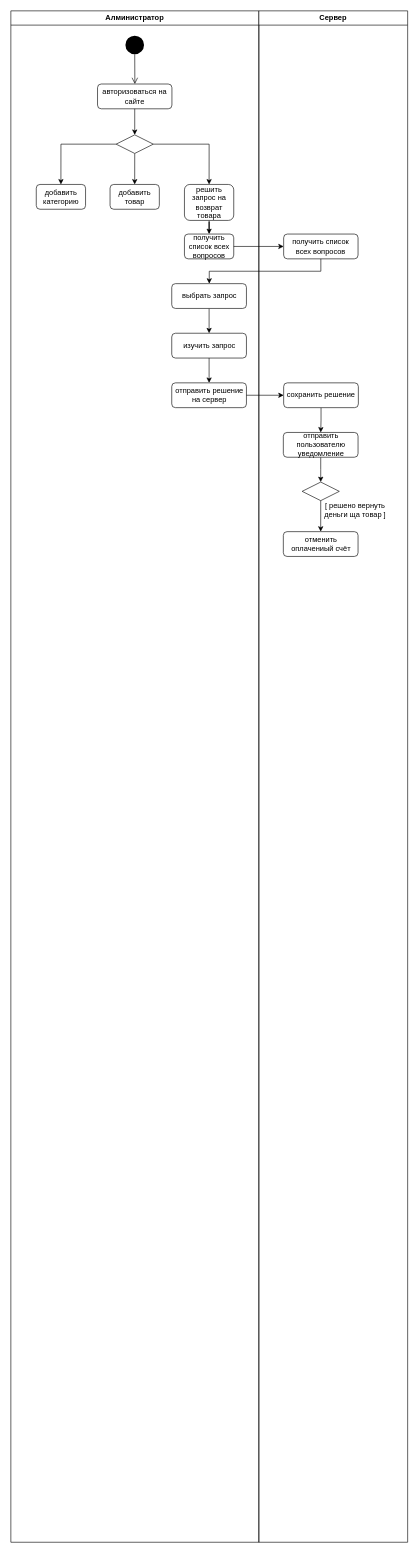
The draw.io diagram activity_2.drawio in randomunrandom/MSS, before the edit. Source tidied: cells renumbered, new cells numbered last; positions are measured from the earlier drawing's top-left corner, leaving out a move shared by most shapes. Both pictures are drawn from the tidied source at 62%, with x=0, y=0 at pixel (11, 11).
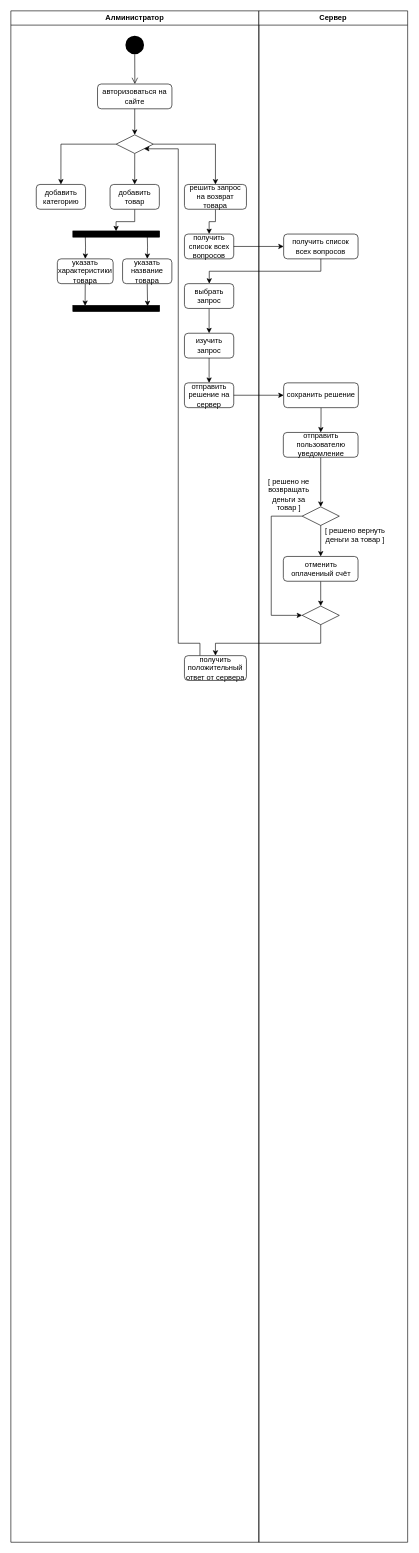
Above is the later version.

Unchanged cells that the change refers to:
```xml
<mxCell id="2" value="Алминистратор" style="swimlane;whiteSpace=wrap;" parent="1" vertex="1">
  <mxGeometry width="400" height="2470" as="geometry" />
</mxCell>
<mxCell id="9" style="rhombus;whiteSpace=wrap;html=1;strokeColor=#000000;strokeWidth=1;fillColor=#FFFFFF;" parent="2" vertex="1">
  <mxGeometry x="169.8" y="200" width="60" height="30" as="geometry" />
</mxCell>
<mxCell id="11" value="добавить товар" style="rounded=1;whiteSpace=wrap;html=1;fontFamily=Helvetica;fontSize=12;fontColor=#000000;align=center;strokeColor=#000000;fillColor=#ffffff;" parent="2" vertex="1">
  <mxGeometry x="160" y="280" width="79.5" height="40" as="geometry" />
</mxCell>
<mxCell id="21" value="Сервер" style="swimlane;whiteSpace=wrap;" parent="1" vertex="1">
  <mxGeometry x="400" width="240" height="2470" as="geometry" />
</mxCell>
```

What changed in the source:
```diff
@@
+    <mxCell id="34" style="edgeStyle=orthogonalEdgeStyle;rounded=0;jettySize=auto;html=1;entryX=0.049;entryY=0.502;entryDx=0;entryDy=0;entryPerimeter=0;" parent="2" edge="1" source="11" target="37">
+      <mxGeometry relative="1" as="geometry" />
+    </mxCell>
@@
     <mxCell id="14" value="решить запрос на возврат товара" style="rounded=1;whiteSpace=wrap;html=1;fontFamily=Helvetica;fontSize=12;fontColor=#000000;align=center;strokeColor=#000000;fillColor=#ffffff;" parent="2" vertex="1">
-      <mxGeometry x="280" y="280" width="79.5" height="58" as="geometry" />
+      <mxGeometry x="280" y="280" width="100" height="40" as="geometry" />
     </mxCell>
@@
     <mxCell id="17" value="выбрать запрос" style="rounded=1;whiteSpace=wrap;html=1;fontFamily=Helvetica;fontSize=12;fontColor=#000000;align=center;strokeColor=#000000;fillColor=#ffffff;" parent="2" vertex="1">
-      <mxGeometry x="259.5" y="440" width="120.5" height="40" as="geometry" />
+      <mxGeometry x="280" y="440" width="79.5" height="40" as="geometry" />
     </mxCell>
@@
     <mxCell id="19" value="изучить запрос" style="rounded=1;whiteSpace=wrap;html=1;fontFamily=Helvetica;fontSize=12;fontColor=#000000;align=center;strokeColor=#000000;fillColor=#ffffff;" parent="2" vertex="1">
-      <mxGeometry x="259.5" y="520" width="120.5" height="40" as="geometry" />
+      <mxGeometry x="280" y="520" width="79.5" height="40" as="geometry" />
     </mxCell>
     <mxCell id="20" value="отправить решение на сервер" style="rounded=1;whiteSpace=wrap;html=1;fontFamily=Helvetica;fontSize=12;fontColor=#000000;align=center;strokeColor=#000000;fillColor=#ffffff;" parent="2" vertex="1">
-      <mxGeometry x="259.5" y="600" width="120.5" height="40" as="geometry" />
+      <mxGeometry x="280" y="600" width="79.5" height="40" as="geometry" />
     </mxCell>
+    <mxCell id="35" style="edgeStyle=orthogonalEdgeStyle;rounded=0;jettySize=auto;html=1;exitX=0.25;exitY=0;exitDx=0;exitDy=0;entryX=1;entryY=1;entryDx=0;entryDy=0;" parent="2" edge="1" source="36" target="9">
+      <mxGeometry relative="1" as="geometry">
+        <Array as="points">
+          <mxPoint x="305" y="1020" />
+          <mxPoint x="270" y="1020" />
+          <mxPoint x="270" y="222" />
+        </Array>
+      </mxGeometry>
+    </mxCell>
+    <mxCell id="36" value="получить положительный ответ от сервера" style="rounded=1;whiteSpace=wrap;html=1;fontFamily=Helvetica;fontSize=12;fontColor=#000000;align=center;strokeColor=#000000;fillColor=#ffffff;" parent="2" vertex="1">
+      <mxGeometry x="280" y="1040" width="100" height="40" as="geometry" />
+    </mxCell>
+    <mxCell id="37" style="html=1;points=[];perimeter=orthogonalPerimeter;rotation=90;fillColor=#000000;" parent="2" vertex="1">
+      <mxGeometry x="165" y="290" width="10" height="140" as="geometry" />
+    </mxCell>
+    <mxCell id="38" style="edgeStyle=orthogonalEdgeStyle;rounded=0;jettySize=auto;html=1;" parent="2" edge="1" target="40">
+      <mxGeometry relative="1" as="geometry">
+        <mxPoint x="220" y="360" as="sourcePoint" />
+      </mxGeometry>
+    </mxCell>
+    <mxCell id="39" style="edgeStyle=orthogonalEdgeStyle;rounded=0;jettySize=auto;html=1;exitX=0.5;exitY=1;exitDx=0;exitDy=0;entryX=0.12;entryY=0.139;entryDx=0;entryDy=0;entryPerimeter=0;" parent="2" edge="1" source="40" target="44">
+      <mxGeometry relative="1" as="geometry" />
+    </mxCell>
+    <mxCell id="40" value="указать название товара" style="rounded=1;whiteSpace=wrap;html=1;fontFamily=Helvetica;fontSize=12;fontColor=#000000;align=center;strokeColor=#000000;fillColor=#ffffff;" parent="2" vertex="1">
+      <mxGeometry x="180.2" y="400" width="79.5" height="40" as="geometry" />
+    </mxCell>
+    <mxCell id="41" style="edgeStyle=orthogonalEdgeStyle;rounded=0;jettySize=auto;html=1;" parent="2" edge="1" target="43">
+      <mxGeometry relative="1" as="geometry">
+        <mxPoint x="120" y="360" as="sourcePoint" />
+      </mxGeometry>
+    </mxCell>
+    <mxCell id="42" style="edgeStyle=orthogonalEdgeStyle;rounded=0;jettySize=auto;html=1;exitX=0.5;exitY=1;exitDx=0;exitDy=0;entryX=0.08;entryY=0.859;entryDx=0;entryDy=0;entryPerimeter=0;" parent="2" edge="1" source="43" target="44">
+      <mxGeometry relative="1" as="geometry" />
+    </mxCell>
+    <mxCell id="43" value="указать характеристики товара" style="rounded=1;whiteSpace=wrap;html=1;fontFamily=Helvetica;fontSize=12;fontColor=#000000;align=center;strokeColor=#000000;fillColor=#ffffff;" parent="2" vertex="1">
+      <mxGeometry x="75" y="400" width="90" height="40" as="geometry" />
+    </mxCell>
+    <mxCell id="44" style="html=1;points=[];perimeter=orthogonalPerimeter;rotation=90;fillColor=#000000;" parent="2" vertex="1">
+      <mxGeometry x="165" y="410" width="10" height="140" as="geometry" />
+    </mxCell>
@@
     <mxCell id="27" style="rhombus;whiteSpace=wrap;html=1;strokeColor=#000000;strokeWidth=1;fillColor=#FFFFFF;" parent="21" vertex="1">
-      <mxGeometry x="69.8" y="760" width="60" height="30" as="geometry" />
+      <mxGeometry x="69.8" y="800" width="60" height="30" as="geometry" />
     </mxCell>
+    <mxCell id="45" style="edgeStyle=orthogonalEdgeStyle;rounded=0;jettySize=auto;html=1;exitX=0.5;exitY=1;exitDx=0;exitDy=0;entryX=0.5;entryY=0;entryDx=0;entryDy=0;" parent="21" edge="1" source="28" target="46">
+      <mxGeometry relative="1" as="geometry" />
+    </mxCell>
     <mxCell id="28" value="отменить оплачениый счёт" style="rounded=1;whiteSpace=wrap;html=1;fontFamily=Helvetica;fontSize=12;fontColor=#000000;align=center;strokeColor=#000000;fillColor=#ffffff;" parent="21" vertex="1">
-      <mxGeometry x="39.5" y="840" width="120.5" height="40" as="geometry" />
+      <mxGeometry x="39.5" y="880" width="120.5" height="40" as="geometry" />
     </mxCell>
@@
-    <mxCell id="30" value="[ решено вернуть&lt;br&gt;деньги ща товар ]" style="text;html=1;align=center;verticalAlign=middle;" parent="21" vertex="1">
-      <mxGeometry x="100" y="790" width="110" height="30" as="geometry" />
+    <mxCell id="30" value="[ решено вернуть&lt;br&gt;деньги за товар ]" style="text;html=1;align=center;verticalAlign=middle;" parent="21" vertex="1">
+      <mxGeometry x="100" y="830" width="110" height="30" as="geometry" />
     </mxCell>
+    <mxCell id="46" style="rhombus;whiteSpace=wrap;html=1;strokeColor=#000000;strokeWidth=1;fillColor=#FFFFFF;" parent="21" vertex="1">
+      <mxGeometry x="69.8" y="960" width="60" height="30" as="geometry" />
+    </mxCell>
+    <mxCell id="47" style="edgeStyle=orthogonalEdgeStyle;rounded=0;orthogonalLoop=1;jettySize=auto;html=1;exitX=0.5;exitY=1;exitDx=0;exitDy=0;" parent="21" edge="1" source="46" target="46">
+      <mxGeometry relative="1" as="geometry" />
+    </mxCell>
+    <mxCell id="48" style="edgeStyle=orthogonalEdgeStyle;rounded=0;jettySize=auto;html=1;exitX=0;exitY=0.5;exitDx=0;exitDy=0;entryX=0;entryY=0.5;entryDx=0;entryDy=0;" parent="21" edge="1" source="27" target="46">
+      <mxGeometry relative="1" as="geometry">
+        <Array as="points">
+          <mxPoint x="20" y="815" />
+          <mxPoint x="20" y="975" />
+        </Array>
+      </mxGeometry>
+    </mxCell>
+    <mxCell id="49" value="[ решено не&lt;br&gt;возвращать&lt;br&gt;деньги за&lt;br&gt;товар ]" style="text;html=1;align=center;verticalAlign=middle;" parent="21" vertex="1">
+      <mxGeometry x="8" y="750" width="80" height="60" as="geometry" />
+    </mxCell>
@@
+    <mxCell id="50" style="edgeStyle=orthogonalEdgeStyle;rounded=0;jettySize=auto;html=1;exitX=0.5;exitY=1;exitDx=0;exitDy=0;entryX=0.5;entryY=0;entryDx=0;entryDy=0;" parent="1" edge="1" source="46" target="36">
+      <mxGeometry relative="1" as="geometry">
+        <Array as="points">
+          <mxPoint x="500" y="1020" />
+          <mxPoint x="330" y="1020" />
+        </Array>
+      </mxGeometry>
+    </mxCell>
```
